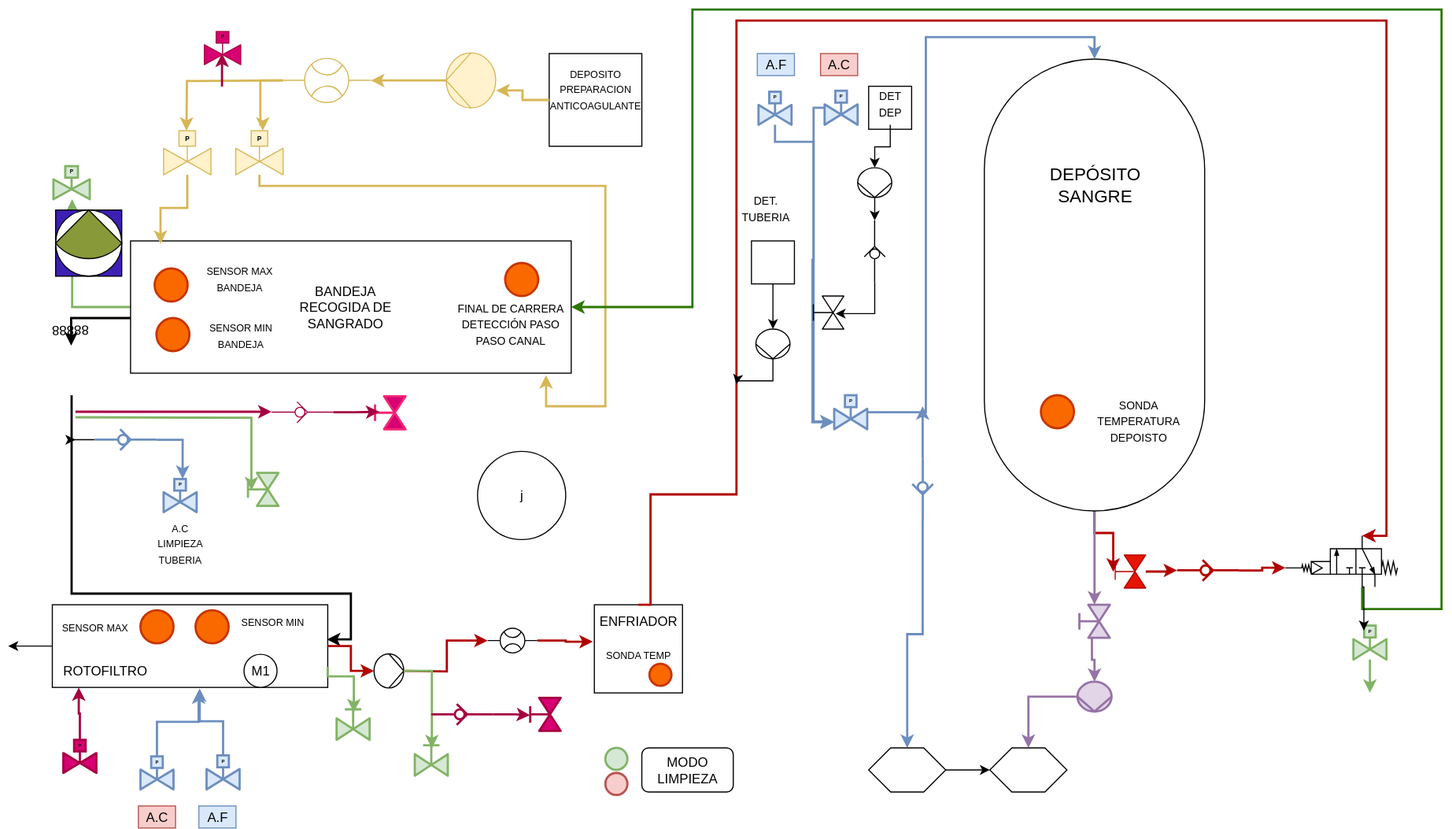
This is docs/Sangrado_vacuno/Sangre_vacuno.svg from hriosalido/lab-grafana_curso, a draw.io export, as it was before one commit. Source tidied: cells renumbered, new cells last; positions are measured from the earlier drawing's top-left corner, leaving out a move shared by most shapes.
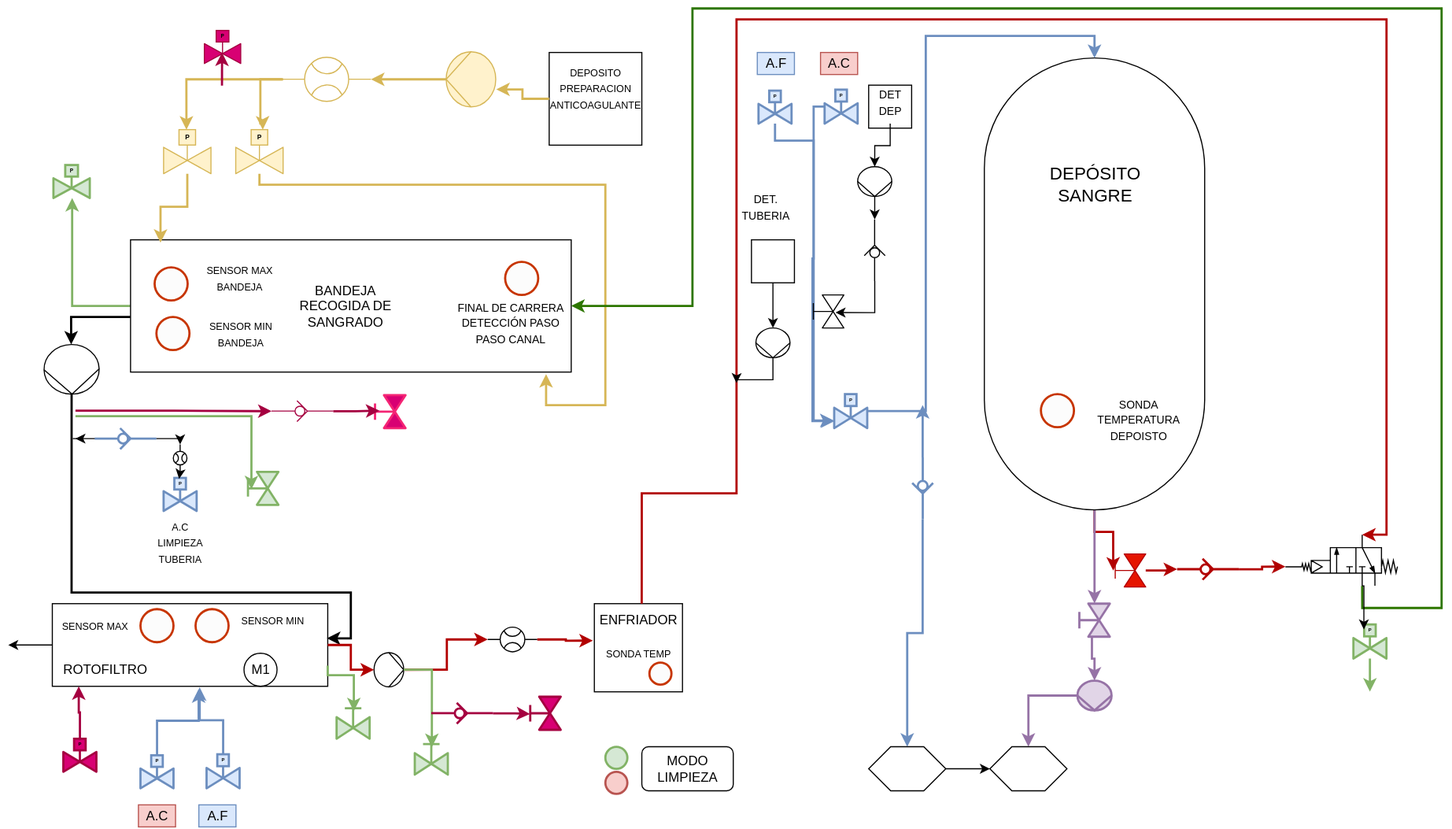
Later version of the same file.

What changed in the source:
```diff
@@ -121,7 +121,7 @@
     <mxCell id="33" style="verticalLabelPosition=bottom;align=center;html=1;verticalAlign=top;dashed=0;shape=mxgraph.pid2valves.valve;valveType=gate;actuator=pilot;fillColor=#d5e8d4;strokeColor=#82b366;strokeWidth=2;" parent="1" vertex="1">
       <mxGeometry x="41" y="142.1" width="33" height="30" as="geometry" />
     </mxCell>
-    <mxCell id="34" value="88888" style="shape=mxgraph.pid.pumps_-_din.hydraulic;html=1;align=center;verticalLabelPosition=bottom;verticalAlign=top;dashed=0;rotation=-181;" parent="1" vertex="1">
+    <mxCell id="34" style="shape=mxgraph.pid.pumps_-_din.hydraulic;html=1;align=center;verticalLabelPosition=bottom;verticalAlign=top;dashed=0;rotation=-181;" parent="1" vertex="1">
       <mxGeometry x="32.5" y="305" width="50" height="45" as="geometry" />
     </mxCell>
     <mxCell id="35" style="edgeStyle=orthogonalEdgeStyle;rounded=0;jettySize=auto;html=1;entryX=0.5;entryY=1;entryDx=0;entryDy=0;entryPerimeter=0;strokeWidth=2;" parent="1" edge="1" source="3" target="34">
@@ -140,10 +140,10 @@
         </Array>
       </mxGeometry>
     </mxCell>
-    <mxCell id="37" style="ellipse;whiteSpace=wrap;html=1;fillColor=#fa6800;fontColor=#000000;strokeColor=#C73500;strokeWidth=2;" parent="1" vertex="1">
+    <mxCell id="37" style="ellipse;whiteSpace=wrap;html=1;fillColor=light-dark(#fcfcfc, #e96b12);fontColor=#000000;strokeColor=#C73500;strokeWidth=2;" parent="1" vertex="1">
       <mxGeometry x="120" y="545.1" width="30" height="30" as="geometry" />
     </mxCell>
-    <mxCell id="38" style="ellipse;whiteSpace=wrap;html=1;fillColor=#fa6800;fontColor=#000000;strokeColor=#C73500;strokeWidth=2;" parent="1" vertex="1">
+    <mxCell id="38" style="ellipse;whiteSpace=wrap;html=1;fillColor=light-dark(#fcfcfc, #e96b12);fontColor=#000000;strokeColor=#C73500;strokeWidth=2;" parent="1" vertex="1">
       <mxGeometry x="170" y="545.1" width="30" height="30" as="geometry" />
     </mxCell>
     <mxCell id="39" style="ellipse;whiteSpace=wrap;html=1;" parent="1" vertex="1">
@@ -188,7 +188,7 @@
     <mxCell id="52" style="edgeStyle=orthogonalEdgeStyle;rounded=0;jettySize=auto;html=1;entryX=0.5;entryY=1;entryDx=0;entryDy=0;entryPerimeter=0;fillColor=#e51400;strokeColor=#B20000;strokeWidth=2;" parent="1" edge="1" source="5" target="14">
       <mxGeometry relative="1" as="geometry" />
     </mxCell>
-    <mxCell id="53" style="ellipse;whiteSpace=wrap;html=1;fillColor=#fa6800;fontColor=#000000;strokeColor=#C73500;strokeWidth=2;" parent="1" vertex="1">
+    <mxCell id="53" style="ellipse;whiteSpace=wrap;html=1;fillColor=light-dark(#fcfcfc, #e96b12);fontColor=#000000;strokeColor=#C73500;strokeWidth=2;" parent="1" vertex="1">
       <mxGeometry x="582" y="593.6" width="20" height="20" as="geometry" />
     </mxCell>
     <mxCell id="54" value="&lt;font style=&quot;font-size: 9px;&quot;&gt;SONDA TEMP&lt;/font&gt;" style="text;strokeColor=none;align=center;fillColor=none;html=1;verticalAlign=middle;whiteSpace=wrap;rounded=0;" parent="1" vertex="1">
@@ -256,11 +256,12 @@
     <mxCell id="69" style="edgeStyle=orthogonalEdgeStyle;rounded=0;jettySize=auto;html=1;entryX=0;entryY=0.625;entryDx=0;entryDy=0;entryPerimeter=0;fillColor=#e51400;strokeColor=#B20000;strokeWidth=2;" parent="1" edge="1" source="65" target="68">
       <mxGeometry relative="1" as="geometry" />
     </mxCell>
-    <mxCell id="70" style="edgeStyle=orthogonalEdgeStyle;rounded=0;jettySize=auto;html=1;entryX=0.685;entryY=0;entryDx=0;entryDy=0;entryPerimeter=0;exitX=0.5;exitY=0;exitDx=0;exitDy=0;fillColor=#e51400;strokeColor=#B20000;strokeWidth=2;" parent="1" edge="1" source="20" target="68">
+    <mxCell id="70" style="edgeStyle=orthogonalEdgeStyle;rounded=0;jettySize=auto;html=1;entryX=0.685;entryY=0;entryDx=0;entryDy=0;entryPerimeter=0;fillColor=#e51400;strokeColor=#B20000;strokeWidth=2;" parent="1" edge="1" target="68">
       <mxGeometry relative="1" as="geometry">
+        <mxPoint x="575" y="540.1" as="sourcePoint" />
         <Array as="points">
-          <mxPoint x="583" y="540" />
-          <mxPoint x="583" y="440" />
+          <mxPoint x="575" y="476" />
+          <mxPoint x="575" y="440" />
           <mxPoint x="661" y="440" />
           <mxPoint x="661" y="10" />
           <mxPoint x="1251" y="10" />
@@ -361,13 +362,13 @@
     <mxCell id="94" style="shape=hexagon;perimeter=hexagonPerimeter2;whiteSpace=wrap;html=1;fixedSize=1;" parent="1" vertex="1">
       <mxGeometry x="781" y="670" width="70" height="40" as="geometry" />
     </mxCell>
-    <mxCell id="95" style="ellipse;whiteSpace=wrap;html=1;fillColor=#fa6800;fontColor=#000000;strokeColor=#C73500;strokeWidth=2;" parent="1" vertex="1">
+    <mxCell id="95" style="ellipse;whiteSpace=wrap;html=1;fillColor=light-dark(#fcfcfc, #e96b12);fontColor=#000000;strokeColor=#C73500;strokeWidth=2;" parent="1" vertex="1">
       <mxGeometry x="132.8" y="235" width="30" height="30" as="geometry" />
     </mxCell>
-    <mxCell id="96" style="ellipse;whiteSpace=wrap;html=1;fillColor=#fa6800;fontColor=#000000;strokeColor=#C73500;strokeWidth=2;" parent="1" vertex="1">
+    <mxCell id="96" style="ellipse;whiteSpace=wrap;html=1;fillColor=light-dark(#fcfcfc, #e96b12);fontColor=#000000;strokeColor=#C73500;strokeWidth=2;" parent="1" vertex="1">
       <mxGeometry x="134.5" y="280" width="30" height="30" as="geometry" />
     </mxCell>
-    <mxCell id="97" style="ellipse;whiteSpace=wrap;html=1;fillColor=#fa6800;fontColor=#000000;strokeColor=#C73500;strokeWidth=2;" parent="1" vertex="1">
+    <mxCell id="97" style="ellipse;whiteSpace=wrap;html=1;fillColor=light-dark(#fcfcfc, #e96b12);fontColor=#000000;strokeColor=#C73500;strokeWidth=2;" parent="1" vertex="1">
       <mxGeometry x="451" y="230" width="30" height="30" as="geometry" />
     </mxCell>
     <mxCell id="98" value="&lt;font size=&quot;1&quot;&gt;FINAL DE CARRERA DETECCIÓN PASO PASO CANAL&lt;/font&gt;" style="text;strokeColor=none;align=center;fillColor=none;html=1;verticalAlign=middle;whiteSpace=wrap;rounded=0;" parent="1" vertex="1">
@@ -390,9 +391,6 @@
     <mxCell id="103" style="verticalLabelPosition=bottom;align=center;html=1;verticalAlign=top;dashed=0;shape=mxgraph.pid2valves.valve;valveType=gate;actuator=pilot;fillColor=#dae8fc;strokeColor=#6c8ebf;strokeWidth=2;" parent="1" vertex="1">
       <mxGeometry x="141" y="426" width="30" height="30" as="geometry" />
     </mxCell>
-    <mxCell id="104" style="edgeStyle=orthogonalEdgeStyle;rounded=0;jettySize=auto;html=1;entryX=0.576;entryY=-0.003;entryDx=0;entryDy=0;entryPerimeter=0;fillColor=#dae8fc;strokeColor=#6c8ebf;strokeWidth=2;" parent="1" edge="1" source="102" target="103">
-      <mxGeometry relative="1" as="geometry" />
-    </mxCell>
     <mxCell id="105" style="verticalLabelPosition=bottom;align=center;html=1;verticalAlign=top;dashed=0;shape=mxgraph.pid2valves.valve;valveType=gate;actuator=man;direction=south;rotation=-180;fillColor=#d5e8d4;strokeColor=#82b366;strokeWidth=2;" parent="1" vertex="1">
       <mxGeometry x="212.7" y="420.5" width="32.6" height="30" as="geometry" />
     </mxCell>
@@ -404,10 +402,10 @@
     <mxCell id="107" style="verticalLabelPosition=bottom;html=1;verticalAlign=top;fillColor=#d80073;align=center;outlineConnect=0;shape=mxgraph.fluid_power.x10700;points=[[0.5,0,0],[0.5,1,0]];direction=north;fontColor=#ffffff;strokeColor=#A50040;" parent="1" vertex="1">
       <mxGeometry x="239" y="356" width="56" height="19" as="geometry" />
     </mxCell>
-    <mxCell id="108" style="verticalLabelPosition=bottom;align=center;html=1;verticalAlign=top;dashed=0;shape=mxgraph.pid2valves.valve;valveType=gate;actuator=man;direction=south;rotation=-180;fillColor=#d80073;fontColor=#ffffff;strokeColor=light-dark(#f42574, #ffa9e0);strokeWidth=2;" parent="1" vertex="1">
-      <mxGeometry x="328" y="350.9" width="32.6" height="30" as="geometry" />
-    </mxCell>
+    <mxCell id="124" value="ev6&lt;span style=&quot;white-space: pre;&quot;&gt;&#9;&lt;/span&gt;" style="verticalLabelPosition=bottom;align=center;html=1;verticalAlign=top;dashed=0;shape=mxgraph.pid2valves.valve;valveType=gate;actuator=man;direction=south;rotation=-180;fillColor=#d80073;fontColor=#ffffff;strokeColor=light-dark(#f42574, #ffa9e0);strokeWidth=2;" parent="1" vertex="1">
+      <mxGeometry x="328" y="350.9" width="32.6" height="30" as="geometry" />
+    </mxCell>
-    <mxCell id="109" style="edgeStyle=orthogonalEdgeStyle;rounded=0;jettySize=auto;html=1;entryX=0.53;entryY=0.271;entryDx=0;entryDy=0;entryPerimeter=0;fillColor=#d80073;strokeColor=#A50040;strokeWidth=2;" parent="1" edge="1" source="107" target="108">
+    <mxCell id="109" style="edgeStyle=orthogonalEdgeStyle;rounded=0;jettySize=auto;html=1;entryX=0.53;entryY=0.271;entryDx=0;entryDy=0;entryPerimeter=0;fillColor=#d80073;strokeColor=#A50040;strokeWidth=2;" parent="1" edge="1" source="107" target="124">
       <mxGeometry relative="1" as="geometry" />
     </mxCell>
     <mxCell id="110" style="edgeStyle=orthogonalEdgeStyle;rounded=0;jettySize=auto;html=1;entryX=0.473;entryY=0.246;entryDx=0;entryDy=0;entryPerimeter=0;fillColor=#d5e8d4;strokeColor=#82b366;strokeWidth=2;" parent="1" edge="1" target="105">
@@ -418,7 +416,7 @@
     <mxCell id="111" value="&lt;font style=&quot;font-size: 9px;&quot;&gt;A.C LIMPIEZA TUBERIA&lt;/font&gt;" style="text;strokeColor=none;align=center;fillColor=none;html=1;verticalAlign=middle;whiteSpace=wrap;rounded=0;" parent="1" vertex="1">
       <mxGeometry x="126" y="469.5" width="60" height="30" as="geometry" />
     </mxCell>
-    <mxCell id="112" style="ellipse;whiteSpace=wrap;html=1;fillColor=#fa6800;fontColor=#000000;strokeColor=#C73500;strokeWidth=2;" parent="1" vertex="1">
+    <mxCell id="112" style="ellipse;whiteSpace=wrap;html=1;fillColor=light-dark(#fcfcfc, #e96b12);fontColor=#000000;strokeColor=#C73500;strokeWidth=2;" parent="1" vertex="1">
       <mxGeometry x="937.4" y="350" width="30" height="30" as="geometry" />
     </mxCell>
     <mxCell id="113" value="&lt;font size=&quot;1&quot;&gt;SONDA TEMPERATURA DEPOISTO&lt;/font&gt;&lt;div&gt;&lt;font size=&quot;1&quot;&gt;&lt;br&gt;&lt;/font&gt;&lt;/div&gt;" style="text;strokeColor=none;align=center;fillColor=none;html=1;verticalAlign=middle;whiteSpace=wrap;rounded=0;" parent="1" vertex="1">
@@ -453,8 +451,14 @@
     <mxCell id="122" style="ellipse;whiteSpace=wrap;html=1;fillColor=#f8cecc;strokeColor=#b85450;strokeWidth=2;" parent="1" vertex="1">
       <mxGeometry x="542" y="692.7" width="20" height="20" as="geometry" />
     </mxCell>
-    <mxCell id="123" value="j" style="ellipse;whiteSpace=wrap;html=1;" parent="1" vertex="1">
-      <mxGeometry x="426" y="401" width="80" height="80" as="geometry" />
-    </mxCell>
+    <mxCell id="125" style="verticalLabelPosition=bottom;html=1;verticalAlign=top;fillColor=strokeColor;align=center;outlineConnect=0;shape=mxgraph.fluid_power.x11910;points=[[0.5,0,0],[0.5,1,0]];rotation=-180;" parent="1" vertex="1">
+      <mxGeometry x="149.8" y="395.6" width="12.4" height="24.9" as="geometry" />
+    </mxCell>
+    <mxCell id="126" style="edgeStyle=orthogonalEdgeStyle;rounded=0;jettySize=auto;html=1;exitX=0.5;exitY=1;exitDx=0;exitDy=0;exitPerimeter=0;entryX=0.5;entryY=1;entryDx=0;entryDy=0;entryPerimeter=0;" parent="1" edge="1" source="102" target="125">
+      <mxGeometry relative="1" as="geometry" />
+    </mxCell>
+    <mxCell id="127" style="edgeStyle=orthogonalEdgeStyle;rounded=0;jettySize=auto;html=1;exitX=0.5;exitY=0;exitDx=0;exitDy=0;exitPerimeter=0;entryX=0.469;entryY=0.027;entryDx=0;entryDy=0;entryPerimeter=0;" parent="1" edge="1" source="125" target="103">
+      <mxGeometry relative="1" as="geometry" />
+    </mxCell>
   </root>
 </mxGraphModel>
```
